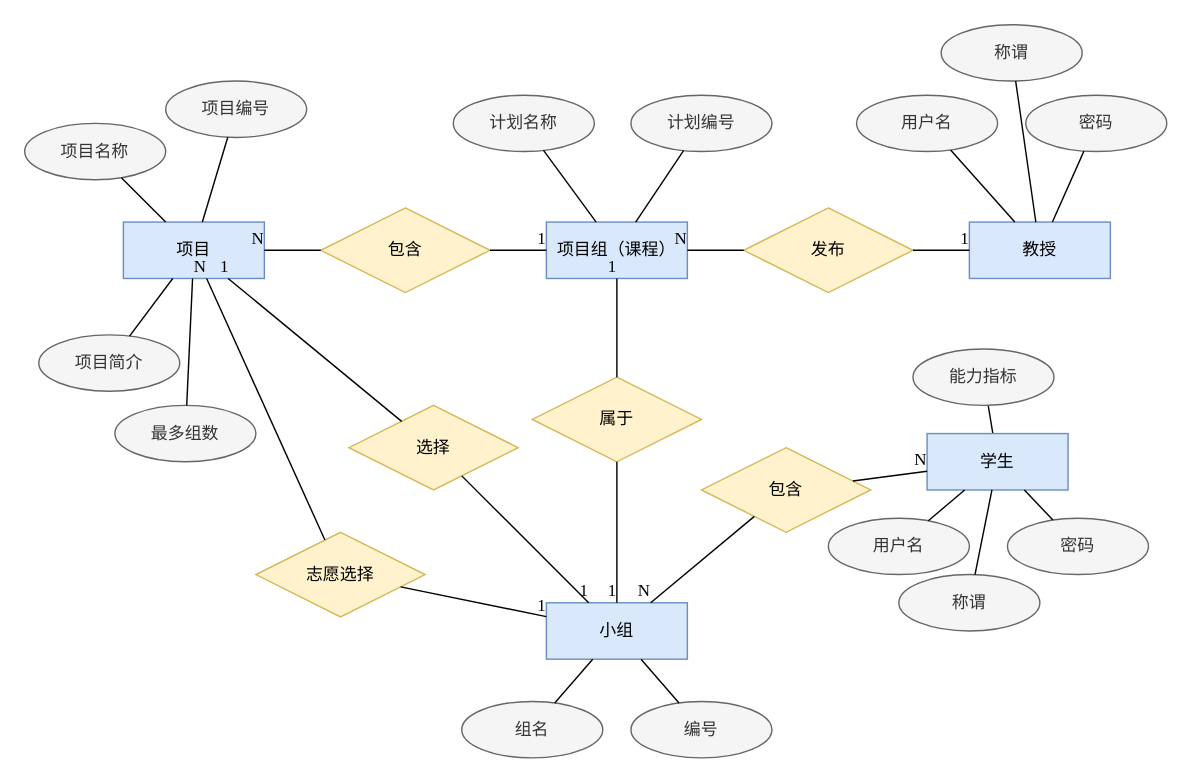
Earlier version of the draw.io diagram doc/assets/ER-diagram.drawio (Distributed-System-Course/Piggy-ProjG). Source tidied: cells renumbered, new cells numbered last; positions are measured from the earlier drawing's top-left corner, leaving out a move shared by most shapes. Both pictures are drawn from the tidied source at 141%, with x=0, y=0 at pixel (24, 24).
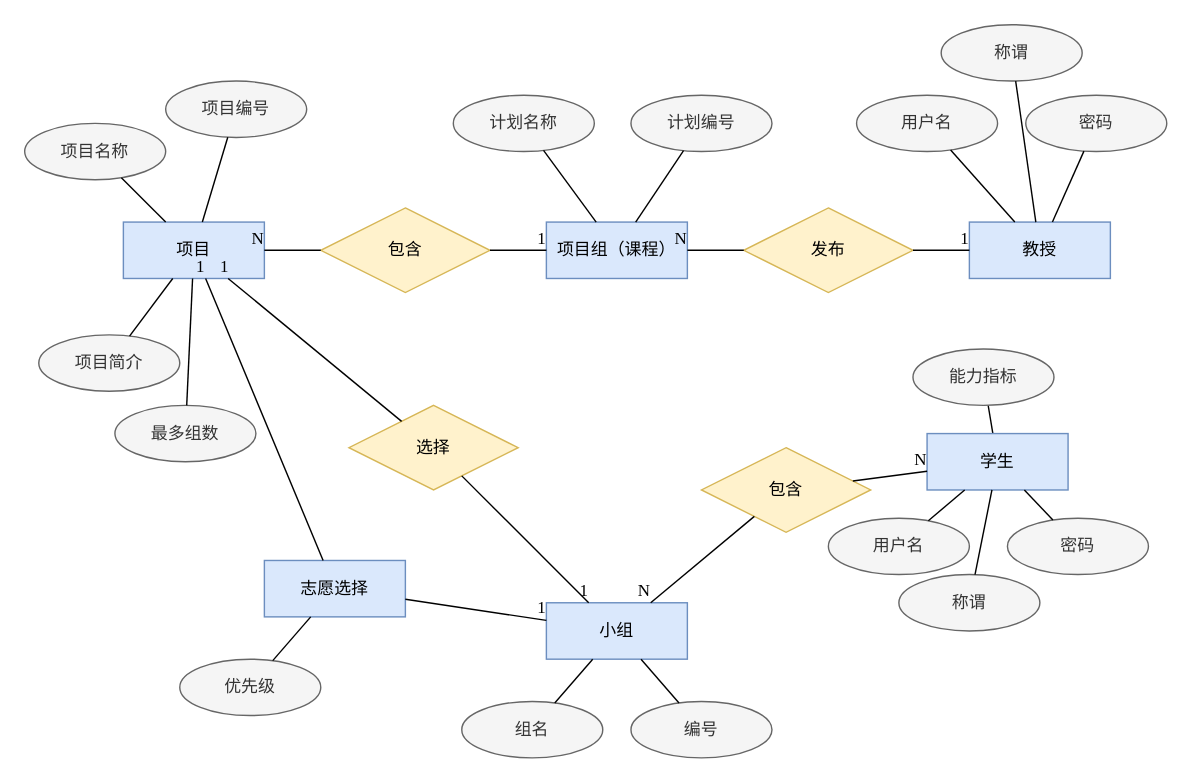
The same page after the edit.

Commit message (it also covers changes not shown here):
fix(ER-diagram): remove redundant relation

Unchanged cells that the change refers to:
```xml
<mxCell id="2" value="项目" style="whiteSpace=wrap;html=1;align=center;fontFamily=&quot;Times New Roman&quot;, SimSun, sans-serif;fillColor=#dae8fc;strokeColor=#6c8ebf;" parent="1" vertex="1">
  <mxGeometry x="70" y="140" width="100" height="40" as="geometry" />
</mxCell>
<mxCell id="3" value="项目组（课程）" style="whiteSpace=wrap;html=1;align=center;fontFamily=&quot;Times New Roman&quot;, SimSun, sans-serif;fillColor=#dae8fc;strokeColor=#6c8ebf;" parent="1" vertex="1">
  <mxGeometry x="370" y="140" width="100" height="40" as="geometry" />
</mxCell>
<mxCell id="35" value="小组" style="whiteSpace=wrap;html=1;align=center;fontFamily=&quot;Times New Roman&quot;, SimSun, sans-serif;fillColor=#dae8fc;strokeColor=#6c8ebf;" parent="1" vertex="1">
  <mxGeometry x="370" y="410" width="100" height="40" as="geometry" />
</mxCell>
```

Change to the diagram source:
```diff
@@
-    <mxCell id="33" value="志愿选择" style="shape=rhombus;perimeter=rhombusPerimeter;whiteSpace=wrap;html=1;align=center;fontFamily=&quot;Times New Roman&quot;, SimSun, sans-serif;fillColor=#fff2cc;strokeColor=#d6b656;" parent="1" vertex="1">
-      <mxGeometry x="164" y="360" width="120" height="60" as="geometry" />
-    </mxCell>
@@
-    <mxCell id="41" style="endArrow=none;html=1;rounded=0;fontFamily=&quot;Times New Roman&quot;, SimSun, sans-serif;" parent="1" edge="1" source="33" target="2">
-      <mxGeometry relative="1" as="geometry" />
-    </mxCell>
-    <mxCell id="42" value="N" style="html=1;align=right;verticalAlign=bottom;fontFamily=&quot;Times New Roman&quot;, SimSun, sans-serif;" parent="41" vertex="1">
-      <mxGeometry x="1" relative="1" as="geometry" />
-    </mxCell>
-    <mxCell id="43" style="endArrow=none;html=1;rounded=0;fontFamily=&quot;Times New Roman&quot;, SimSun, sans-serif;" parent="1" edge="1" source="33" target="35">
-      <mxGeometry relative="1" as="geometry" />
-    </mxCell>
-    <mxCell id="44" value="1" style="html=1;align=right;verticalAlign=bottom;fontFamily=&quot;Times New Roman&quot;, SimSun, sans-serif;" parent="43" vertex="1">
-      <mxGeometry x="1" relative="1" as="geometry" />
-    </mxCell>
@@
-    <mxCell id="62" value="属于" style="shape=rhombus;perimeter=rhombusPerimeter;whiteSpace=wrap;html=1;align=center;fontFamily=&quot;Times New Roman&quot;, SimSun, sans-serif;fillColor=#fff2cc;strokeColor=#d6b656;" parent="1" vertex="1">
-      <mxGeometry x="360" y="250" width="120" height="60" as="geometry" />
-    </mxCell>
-    <mxCell id="63" style="endArrow=none;html=1;rounded=0;fontFamily=&quot;Times New Roman&quot;, SimSun, sans-serif;" parent="1" edge="1" source="62" target="35">
-      <mxGeometry relative="1" as="geometry" />
-    </mxCell>
-    <mxCell id="64" value="1" style="html=1;align=right;verticalAlign=bottom;fontFamily=&quot;Times New Roman&quot;, SimSun, sans-serif;" parent="63" vertex="1">
-      <mxGeometry x="1" relative="1" as="geometry" />
-    </mxCell>
-    <mxCell id="65" style="endArrow=none;html=1;rounded=0;fontFamily=&quot;Times New Roman&quot;, SimSun, sans-serif;" parent="1" edge="1" source="62" target="3">
-      <mxGeometry relative="1" as="geometry" />
-    </mxCell>
-    <mxCell id="66" value="1" style="html=1;align=right;verticalAlign=bottom;fontFamily=&quot;Times New Roman&quot;, SimSun, sans-serif;" parent="65" vertex="1">
-      <mxGeometry x="1" relative="1" as="geometry" />
-    </mxCell>
+    <mxCell id="33" value="志愿选择" style="whiteSpace=wrap;html=1;align=center;fillColor=#dae8fc;strokeColor=#6c8ebf;fontFamily=&quot;Times New Roman&quot;, SimSun, sans-serif;" parent="1" vertex="1">
+      <mxGeometry x="170" y="380" width="100" height="40" as="geometry" />
+    </mxCell>
+    <mxCell id="67" value="优先级" style="ellipse;whiteSpace=wrap;html=1;align=center;fontFamily=&quot;Times New Roman&quot;, SimSun, sans-serif;fillColor=#f5f5f5;strokeColor=#666666;fontColor=#333333;" parent="1" vertex="1">
+      <mxGeometry x="110" y="450" width="100" height="40" as="geometry" />
+    </mxCell>
+    <mxCell id="68" style="endArrow=none;html=1;fontFamily=&quot;Times New Roman&quot;, SimSun, sans-serif;" parent="1" edge="1" source="67" target="33">
+      <mxGeometry relative="1" as="geometry" />
+    </mxCell>
+    <mxCell id="41" style="endArrow=none;html=1;rounded=0;fontFamily=&quot;Times New Roman&quot;, SimSun, sans-serif;" parent="1" edge="1" source="33" target="2">
+      <mxGeometry relative="1" as="geometry" />
+    </mxCell>
+    <mxCell id="69" value="1" style="html=1;align=right;verticalAlign=bottom;fontFamily=&quot;Times New Roman&quot;, SimSun, sans-serif;" parent="41" vertex="1">
+      <mxGeometry x="1" relative="1" as="geometry" />
+    </mxCell>
+    <mxCell id="43" style="endArrow=none;html=1;rounded=0;fontFamily=&quot;Times New Roman&quot;, SimSun, sans-serif;" parent="1" edge="1" source="33" target="35">
+      <mxGeometry relative="1" as="geometry" />
+    </mxCell>
+    <mxCell id="70" value="1" style="html=1;align=right;verticalAlign=bottom;fontFamily=&quot;Times New Roman&quot;, SimSun, sans-serif;" parent="43" vertex="1">
+      <mxGeometry x="1" relative="1" as="geometry" />
+    </mxCell>
```
